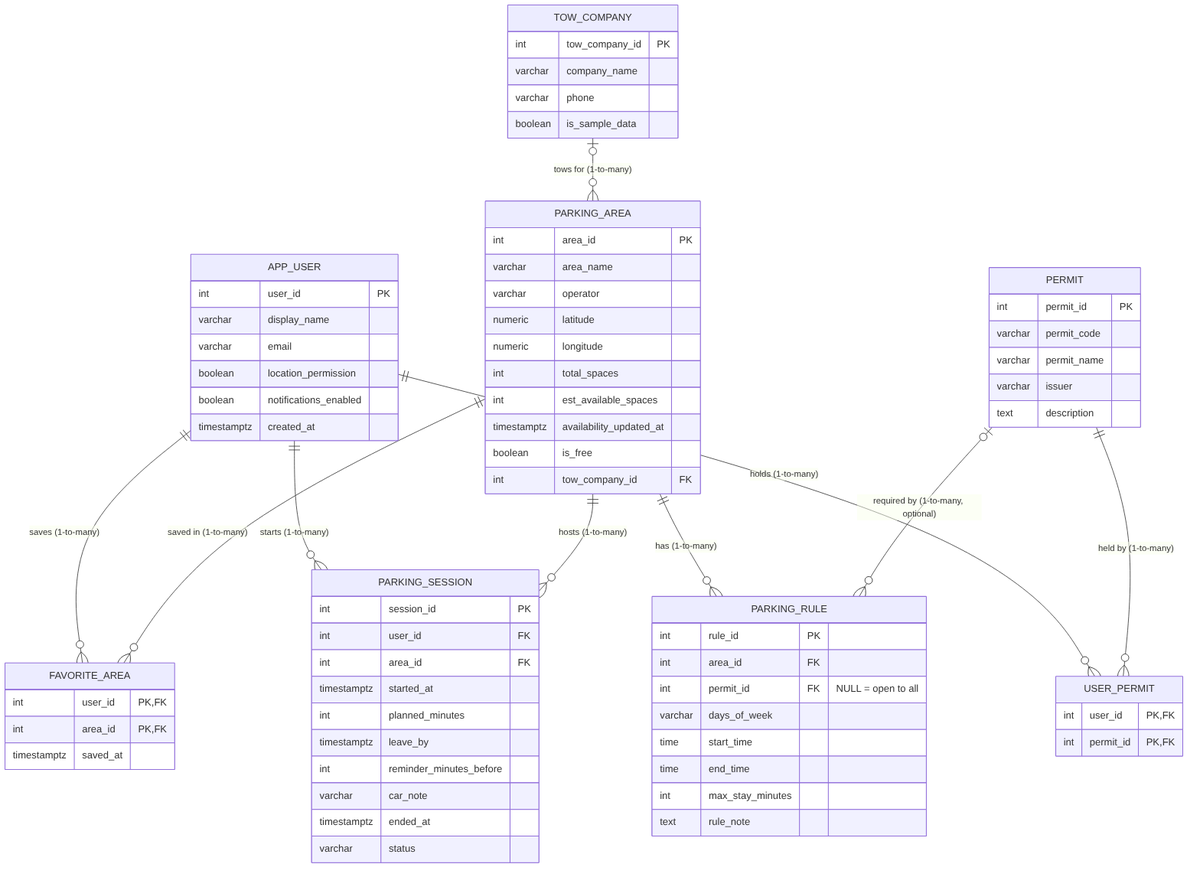
Before: docs/erd.png, a diagram exported from Mermaid (ParkerMorris11/ProvoParking). Its source is kept beside it as docs/erd.mmd. Its diagram source:
```mermaid
erDiagram
    APP_USER ||--o{ USER_PERMIT : "holds (1-to-many)"
    PERMIT ||--o{ USER_PERMIT : "held by (1-to-many)"
    APP_USER ||--o{ FAVORITE_AREA : "saves (1-to-many)"
    PARKING_AREA ||--o{ FAVORITE_AREA : "saved in (1-to-many)"
    APP_USER ||--o{ PARKING_SESSION : "starts (1-to-many)"
    PARKING_AREA ||--o{ PARKING_SESSION : "hosts (1-to-many)"
    PARKING_AREA ||--o{ PARKING_RULE : "has (1-to-many)"
    PERMIT |o--o{ PARKING_RULE : "required by (1-to-many, optional)"
    TOW_COMPANY |o--o{ PARKING_AREA : "tows for (1-to-many)"

    APP_USER {
        int user_id PK
        varchar display_name
        varchar email
        boolean location_permission
        boolean notifications_enabled
        timestamptz created_at
    }
    PERMIT {
        int permit_id PK
        varchar permit_code
        varchar permit_name
        varchar issuer
        text description
    }
    USER_PERMIT {
        int user_id PK,FK
        int permit_id PK,FK
    }
    PARKING_AREA {
        int area_id PK
        varchar area_name
        varchar operator
        numeric latitude
        numeric longitude
        int total_spaces
        int est_available_spaces
        timestamptz availability_updated_at
        boolean is_free
        int tow_company_id FK
    }
    PARKING_RULE {
        int rule_id PK
        int area_id FK
        int permit_id FK "NULL = open to all"
        varchar days_of_week
        time start_time
        time end_time
        int max_stay_minutes
        text rule_note
    }
    FAVORITE_AREA {
        int user_id PK,FK
        int area_id PK,FK
        timestamptz saved_at
    }
    PARKING_SESSION {
        int session_id PK
        int user_id FK
        int area_id FK
        timestamptz started_at
        int planned_minutes
        timestamptz leave_by
        int reminder_minutes_before
        varchar car_note
        timestamptz ended_at
        varchar status
    }
    TOW_COMPANY {
        int tow_company_id PK
        varchar company_name
        varchar phone
        boolean is_sample_data
    }
```
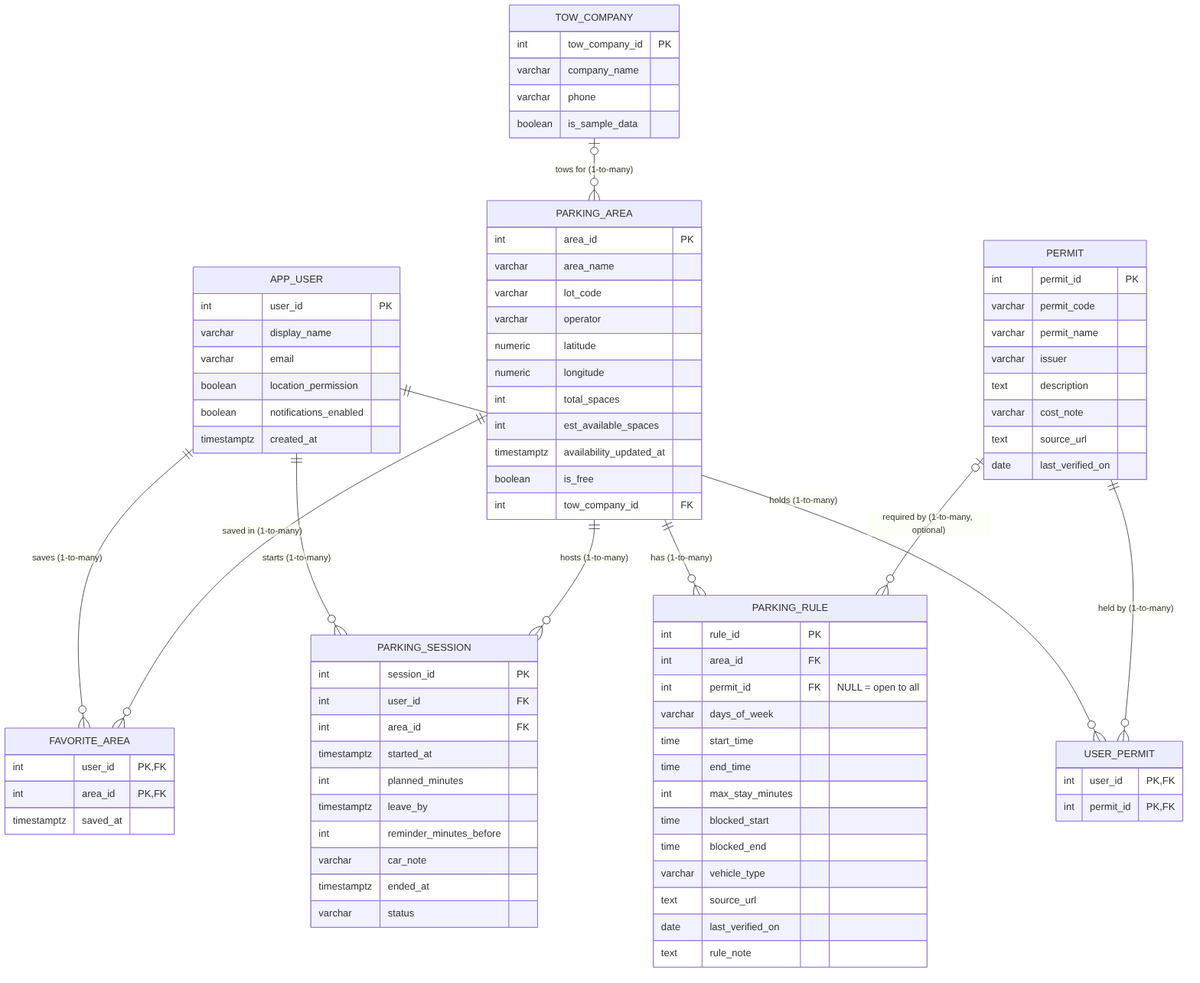
The same file after the commit.

Diff of the diagram source:
```diff
@@ -23,6 +23,9 @@
         varchar permit_name
         varchar issuer
         text description
+        varchar cost_note
+        text source_url
+        date last_verified_on
     }
     USER_PERMIT {
         int user_id PK,FK
@@ -31,6 +34,7 @@
     PARKING_AREA {
         int area_id PK
         varchar area_name
+        varchar lot_code
         varchar operator
         numeric latitude
         numeric longitude
@@ -48,6 +52,11 @@
         time start_time
         time end_time
         int max_stay_minutes
+        time blocked_start
+        time blocked_end
+        varchar vehicle_type
+        text source_url
+        date last_verified_on
         text rule_note
     }
     FAVORITE_AREA {
```
